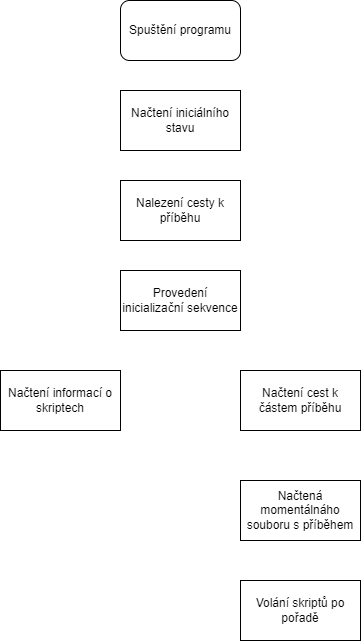
Before: latex/pictures/main_simple.drawio.png, a diagram exported from draw.io (Kybernauti-4/DnD_YearWork). Source tidied: cells renumbered, new cells last; positions are measured from the earlier drawing's top-left corner, leaving out a move shared by most shapes.
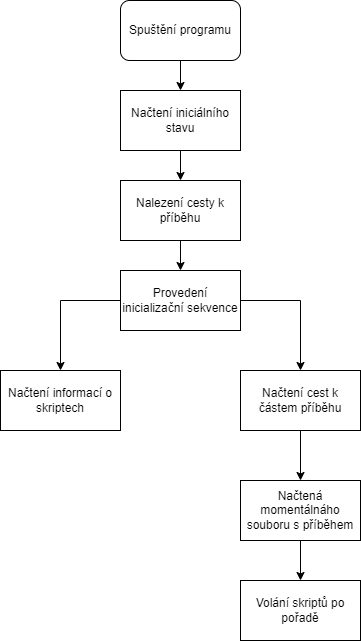
Above is the later version.

The edit, as a diff of the source:
```diff
@@ -2,24 +2,45 @@
   <root>
     <mxCell id="0" />
     <mxCell id="1" parent="0" />
+    <mxCell id="10" style="edgeStyle=orthogonalEdgeStyle;rounded=0;jettySize=auto;html=1;exitX=0.5;exitY=1;exitDx=0;exitDy=0;entryX=0.5;entryY=0;entryDx=0;entryDy=0;" parent="1" edge="1" source="2" target="3">
+      <mxGeometry relative="1" as="geometry" />
+    </mxCell>
     <mxCell id="2" value="Spuštění programu" style="rounded=1;whiteSpace=wrap;html=1;" parent="1" vertex="1">
       <mxGeometry x="120" width="120" height="60" as="geometry" />
     </mxCell>
+    <mxCell id="11" style="edgeStyle=orthogonalEdgeStyle;rounded=0;jettySize=auto;html=1;exitX=0.5;exitY=1;exitDx=0;exitDy=0;entryX=0.5;entryY=0;entryDx=0;entryDy=0;" parent="1" edge="1" source="3" target="5">
+      <mxGeometry relative="1" as="geometry" />
+    </mxCell>
     <mxCell id="3" value="Načtení iniciálního stavu" style="rounded=0;whiteSpace=wrap;html=1;" parent="1" vertex="1">
       <mxGeometry x="120" y="90" width="120" height="60" as="geometry" />
     </mxCell>
+    <mxCell id="12" style="edgeStyle=orthogonalEdgeStyle;rounded=0;jettySize=auto;html=1;exitX=0;exitY=0.5;exitDx=0;exitDy=0;entryX=0.5;entryY=0;entryDx=0;entryDy=0;" parent="1" edge="1" source="4" target="6">
+      <mxGeometry relative="1" as="geometry" />
+    </mxCell>
+    <mxCell id="13" style="edgeStyle=orthogonalEdgeStyle;rounded=0;jettySize=auto;html=1;exitX=1;exitY=0.5;exitDx=0;exitDy=0;entryX=0.5;entryY=0;entryDx=0;entryDy=0;" parent="1" edge="1" source="4" target="7">
+      <mxGeometry relative="1" as="geometry" />
+    </mxCell>
     <mxCell id="4" value="Provedení inicializační sekvence" style="rounded=0;whiteSpace=wrap;html=1;" parent="1" vertex="1">
       <mxGeometry x="120" y="270" width="120" height="60" as="geometry" />
     </mxCell>
+    <mxCell id="14" style="edgeStyle=orthogonalEdgeStyle;rounded=0;jettySize=auto;html=1;exitX=0.5;exitY=1;exitDx=0;exitDy=0;entryX=0.5;entryY=0;entryDx=0;entryDy=0;" parent="1" edge="1" source="5" target="4">
+      <mxGeometry relative="1" as="geometry" />
+    </mxCell>
     <mxCell id="5" value="Nalezení cesty k příběhu" style="rounded=0;whiteSpace=wrap;html=1;" parent="1" vertex="1">
       <mxGeometry x="120" y="180" width="120" height="60" as="geometry" />
     </mxCell>
     <mxCell id="6" value="Načtení informací o skriptech" style="rounded=0;whiteSpace=wrap;html=1;" parent="1" vertex="1">
       <mxGeometry y="370" width="120" height="60" as="geometry" />
     </mxCell>
+    <mxCell id="15" style="edgeStyle=orthogonalEdgeStyle;rounded=0;jettySize=auto;html=1;exitX=0.5;exitY=1;exitDx=0;exitDy=0;entryX=0.5;entryY=0;entryDx=0;entryDy=0;" parent="1" edge="1" source="7" target="8">
+      <mxGeometry relative="1" as="geometry" />
+    </mxCell>
     <mxCell id="7" value="Načtení cest k částem příběhu" style="rounded=0;whiteSpace=wrap;html=1;" parent="1" vertex="1">
       <mxGeometry x="240" y="370" width="120" height="60" as="geometry" />
     </mxCell>
+    <mxCell id="16" style="edgeStyle=orthogonalEdgeStyle;rounded=0;jettySize=auto;html=1;exitX=0.5;exitY=1;exitDx=0;exitDy=0;entryX=0.5;entryY=0;entryDx=0;entryDy=0;" parent="1" edge="1" source="8" target="9">
+      <mxGeometry relative="1" as="geometry" />
+    </mxCell>
     <mxCell id="8" value="Načtená momentálnáho souboru s příběhem" style="rounded=0;whiteSpace=wrap;html=1;" parent="1" vertex="1">
       <mxGeometry x="240" y="480" width="120" height="60" as="geometry" />
     </mxCell>
```
